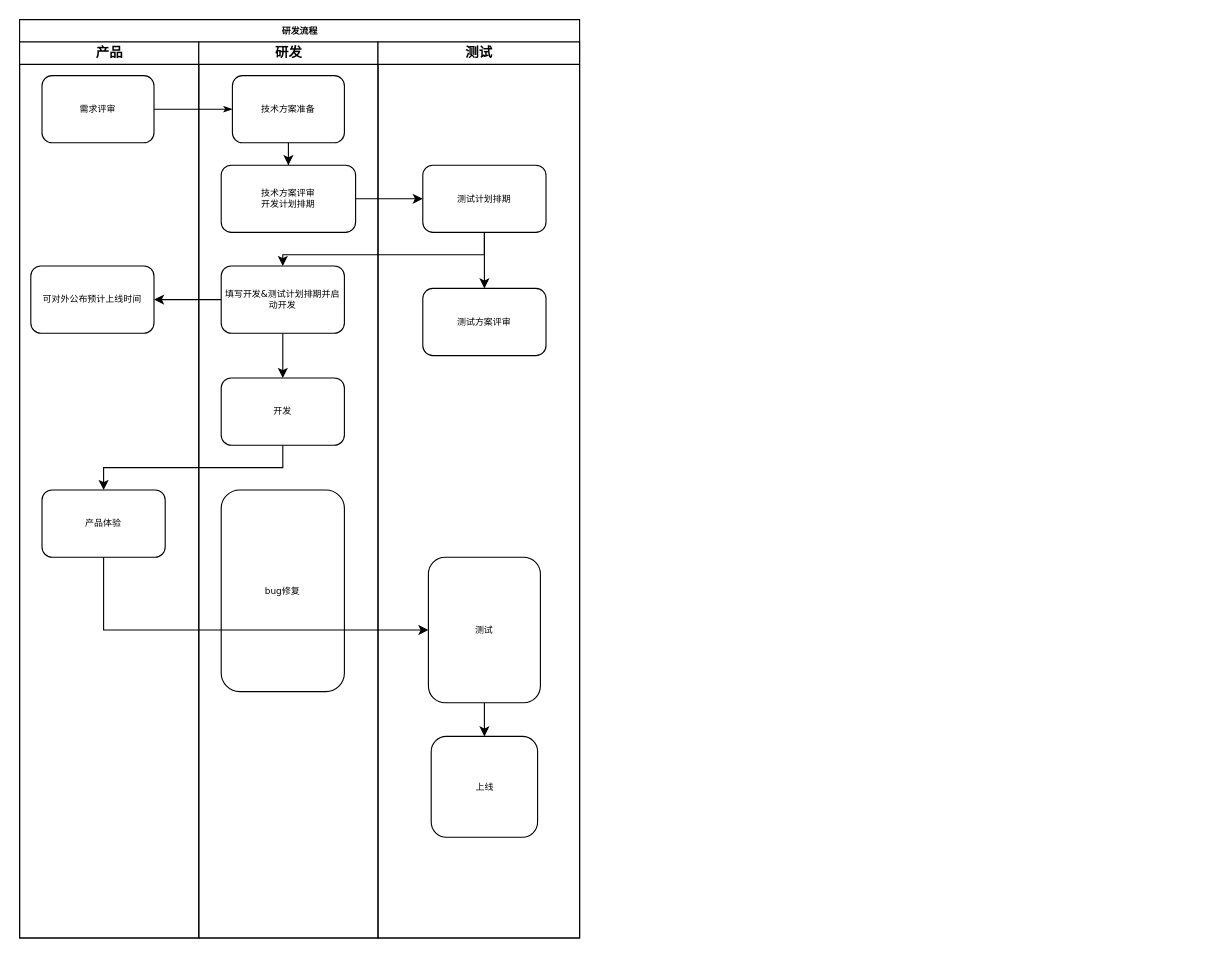
Before: 研发流程设计.drawio in a444878151/draw, a draw.io diagram. Source tidied: cells renumbered, new cells numbered last; positions are measured from the earlier drawing's top-left corner, leaving out a move shared by most shapes. Both pictures are drawn from the tidied source at 112%, with x=0, y=0 at pixel (19, 19).
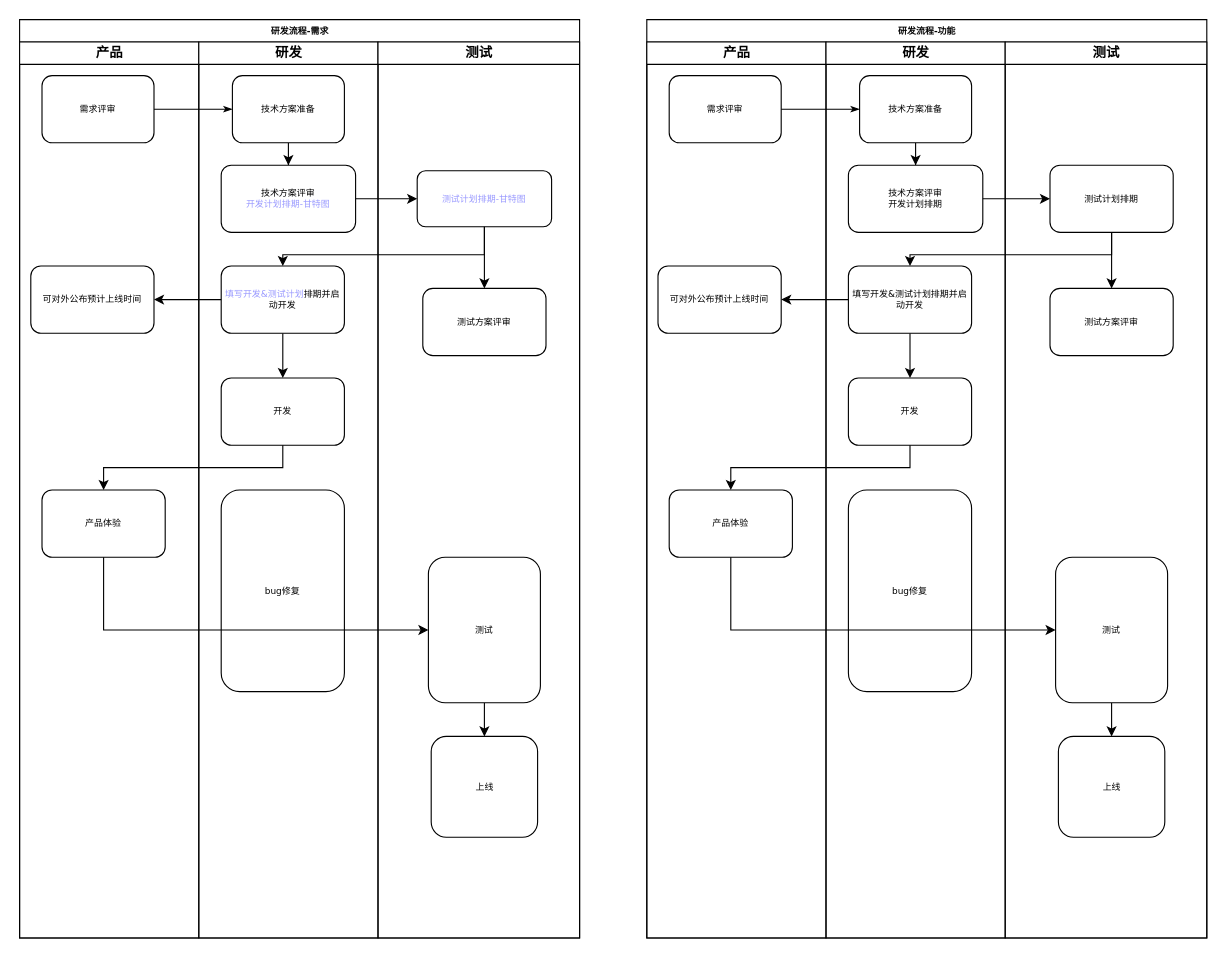
After the change.

Commit message (it also covers changes not shown here):
更新研发流程设计.drawio

Unchanged cells that the change refers to:
```xml
<mxCell id="8" value="研发" style="swimlane;html=1;startSize=20;" parent="2" vertex="1">
  <mxGeometry x="160" y="20" width="160" height="800" as="geometry" />
</mxCell>
<mxCell id="16" value="测试" style="swimlane;html=1;startSize=20;" parent="2" vertex="1">
  <mxGeometry x="320" y="20" width="180" height="800" as="geometry" />
</mxCell>
```

The edit, as a diff of the source:
```diff
@@
-    <mxCell id="2" value="研发流程" style="swimlane;html=1;startSize=20;rounded=0;shadow=0;labelBackgroundColor=none;strokeWidth=1;fontFamily=Verdana;fontSize=8;align=center;" parent="1" vertex="1">
+    <mxCell id="2" value="研发流程-需求" style="swimlane;html=1;startSize=20;rounded=0;shadow=0;labelBackgroundColor=none;strokeWidth=1;fontFamily=Verdana;fontSize=8;align=center;" parent="1" vertex="1">
       <mxGeometry width="500" height="820" as="geometry" />
     </mxCell>
@@
-    <mxCell id="11" value="技术方案评审&lt;br&gt;开发计划排期" style="rounded=1;whiteSpace=wrap;html=1;fontSize=8;fontFamily=Verdana;shadow=0;labelBackgroundColor=none;strokeWidth=1;" parent="8" vertex="1">
+    <mxCell id="11" value="技术方案评审&lt;br&gt;&lt;font color=&quot;#9999ff&quot;&gt;开发计划排期-甘特图&lt;/font&gt;" style="rounded=1;whiteSpace=wrap;html=1;fontSize=8;fontFamily=Verdana;shadow=0;labelBackgroundColor=none;strokeWidth=1;" parent="8" vertex="1">
       <mxGeometry x="20" y="110" width="120" height="60" as="geometry" />
     </mxCell>
@@
-    <mxCell id="13" value="填写开发&amp;amp;测试计划排期并启动开发" style="rounded=1;whiteSpace=wrap;html=1;fontSize=8;fontFamily=Verdana;shadow=0;labelBackgroundColor=none;strokeWidth=1;" parent="8" vertex="1">
+    <mxCell id="13" value="&lt;font color=&quot;#9999ff&quot;&gt;填写开发&amp;amp;测试计划&lt;/font&gt;排期并启动开发" style="rounded=1;whiteSpace=wrap;html=1;fontSize=8;fontFamily=Verdana;shadow=0;labelBackgroundColor=none;strokeWidth=1;" parent="8" vertex="1">
       <mxGeometry x="20" y="200" width="110" height="60" as="geometry" />
     </mxCell>
@@
-    <mxCell id="18" value="测试计划排期" style="rounded=1;whiteSpace=wrap;html=1;fontSize=8;fontFamily=Verdana;shadow=0;labelBackgroundColor=none;strokeWidth=1;" parent="16" vertex="1">
-      <mxGeometry x="40" y="110" width="110" height="60" as="geometry" />
+    <mxCell id="18" value="&lt;font color=&quot;#9999ff&quot;&gt;测试计划排期-甘特图&lt;/font&gt;" style="rounded=1;whiteSpace=wrap;html=1;fontSize=8;fontFamily=Verdana;shadow=0;labelBackgroundColor=none;strokeWidth=1;" parent="16" vertex="1">
+      <mxGeometry x="35" y="115" width="120" height="50" as="geometry" />
     </mxCell>
@@
+    <mxCell id="28" value="研发流程-功能" style="swimlane;html=1;startSize=20;rounded=0;shadow=0;labelBackgroundColor=none;strokeWidth=1;fontFamily=Verdana;fontSize=8;align=center;" parent="1" vertex="1">
+      <mxGeometry x="560" width="500" height="820" as="geometry" />
+    </mxCell>
+    <mxCell id="29" value="产品" style="swimlane;html=1;startSize=20;" parent="28" vertex="1">
+      <mxGeometry y="20" width="160" height="800" as="geometry" />
+    </mxCell>
+    <mxCell id="30" value="需求评审" style="rounded=1;whiteSpace=wrap;html=1;shadow=0;labelBackgroundColor=none;strokeWidth=1;fontFamily=Verdana;fontSize=8;align=center;" parent="29" vertex="1">
+      <mxGeometry x="20" y="30" width="100" height="60" as="geometry" />
+    </mxCell>
+    <mxCell id="31" value="可对外公布预计上线时间" style="rounded=1;whiteSpace=wrap;html=1;fontSize=8;fontFamily=Verdana;shadow=0;labelBackgroundColor=none;strokeWidth=1;" parent="29" vertex="1">
+      <mxGeometry x="10" y="200" width="110" height="60" as="geometry" />
+    </mxCell>
+    <mxCell id="32" value="产品体验" style="rounded=1;whiteSpace=wrap;html=1;fontSize=8;fontFamily=Verdana;shadow=0;labelBackgroundColor=none;strokeWidth=1;" parent="29" vertex="1">
+      <mxGeometry x="20" y="400" width="110" height="60" as="geometry" />
+    </mxCell>
+    <mxCell id="33" style="edgeStyle=orthogonalEdgeStyle;rounded=1;html=1;labelBackgroundColor=none;startArrow=none;startFill=0;startSize=5;endArrow=classicThin;endFill=1;endSize=5;jettySize=auto;strokeWidth=1;fontFamily=Verdana;fontSize=8;" parent="28" edge="1" source="30" target="36">
+      <mxGeometry relative="1" as="geometry" />
+    </mxCell>
+    <mxCell id="34" value="研发" style="swimlane;html=1;startSize=20;" parent="28" vertex="1">
+      <mxGeometry x="160" y="20" width="160" height="800" as="geometry" />
+    </mxCell>
+    <mxCell id="35" style="edgeStyle=orthogonalEdgeStyle;rounded=0;jettySize=auto;html=1;" parent="34" edge="1" source="36" target="37">
+      <mxGeometry relative="1" as="geometry" />
+    </mxCell>
+    <mxCell id="36" value="技术方案准备" style="rounded=1;whiteSpace=wrap;html=1;shadow=0;labelBackgroundColor=none;strokeWidth=1;fontFamily=Verdana;fontSize=8;align=center;" parent="34" vertex="1">
+      <mxGeometry x="30" y="30" width="100" height="60" as="geometry" />
+    </mxCell>
+    <mxCell id="37" value="技术方案评审&lt;br&gt;开发计划排期" style="rounded=1;whiteSpace=wrap;html=1;fontSize=8;fontFamily=Verdana;shadow=0;labelBackgroundColor=none;strokeWidth=1;" parent="34" vertex="1">
+      <mxGeometry x="20" y="110" width="120" height="60" as="geometry" />
+    </mxCell>
+    <mxCell id="38" style="edgeStyle=orthogonalEdgeStyle;rounded=0;jettySize=auto;html=1;" parent="34" edge="1" source="39" target="40">
+      <mxGeometry relative="1" as="geometry" />
+    </mxCell>
+    <mxCell id="39" value="填写开发&amp;amp;测试计划排期并启动开发" style="rounded=1;whiteSpace=wrap;html=1;fontSize=8;fontFamily=Verdana;shadow=0;labelBackgroundColor=none;strokeWidth=1;" parent="34" vertex="1">
+      <mxGeometry x="20" y="200" width="110" height="60" as="geometry" />
+    </mxCell>
+    <mxCell id="40" value="开发" style="rounded=1;whiteSpace=wrap;html=1;fontSize=8;fontFamily=Verdana;shadow=0;labelBackgroundColor=none;strokeWidth=1;" parent="34" vertex="1">
+      <mxGeometry x="20" y="300" width="110" height="60" as="geometry" />
+    </mxCell>
+    <mxCell id="41" value="bug修复" style="rounded=1;whiteSpace=wrap;html=1;fontSize=8;fontFamily=Verdana;shadow=0;labelBackgroundColor=none;strokeWidth=1;" parent="34" vertex="1">
+      <mxGeometry x="20" y="400" width="110" height="180" as="geometry" />
+    </mxCell>
+    <mxCell id="42" value="测试" style="swimlane;html=1;startSize=20;" parent="28" vertex="1">
+      <mxGeometry x="320" y="20" width="180" height="800" as="geometry" />
+    </mxCell>
+    <mxCell id="43" style="edgeStyle=orthogonalEdgeStyle;rounded=0;jettySize=auto;html=1;" parent="42" edge="1" source="44" target="45">
+      <mxGeometry relative="1" as="geometry" />
+    </mxCell>
+    <mxCell id="44" value="测试计划排期" style="rounded=1;whiteSpace=wrap;html=1;fontSize=8;fontFamily=Verdana;shadow=0;labelBackgroundColor=none;strokeWidth=1;" parent="42" vertex="1">
+      <mxGeometry x="40" y="110" width="110" height="60" as="geometry" />
+    </mxCell>
+    <mxCell id="45" value="测试方案评审" style="rounded=1;whiteSpace=wrap;html=1;fontSize=8;fontFamily=Verdana;shadow=0;labelBackgroundColor=none;strokeWidth=1;" parent="42" vertex="1">
+      <mxGeometry x="40" y="220" width="110" height="60" as="geometry" />
+    </mxCell>
+    <mxCell id="46" style="edgeStyle=orthogonalEdgeStyle;rounded=0;jettySize=auto;html=1;" parent="42" edge="1" source="47" target="48">
+      <mxGeometry relative="1" as="geometry" />
+    </mxCell>
+    <mxCell id="47" value="测试" style="rounded=1;whiteSpace=wrap;html=1;fontSize=8;fontFamily=Verdana;shadow=0;labelBackgroundColor=none;strokeWidth=1;" parent="42" vertex="1">
+      <mxGeometry x="45" y="460" width="100" height="130" as="geometry" />
+    </mxCell>
+    <mxCell id="48" value="上线" style="rounded=1;whiteSpace=wrap;html=1;fontSize=8;fontFamily=Verdana;shadow=0;labelBackgroundColor=none;strokeWidth=1;" parent="42" vertex="1">
+      <mxGeometry x="47.5" y="620" width="95" height="90" as="geometry" />
+    </mxCell>
+    <mxCell id="49" style="edgeStyle=orthogonalEdgeStyle;rounded=0;jettySize=auto;html=1;" parent="28" edge="1" source="37" target="44">
+      <mxGeometry relative="1" as="geometry" />
+    </mxCell>
+    <mxCell id="50" style="edgeStyle=orthogonalEdgeStyle;rounded=0;jettySize=auto;html=1;" parent="28" edge="1" source="44" target="39">
+      <mxGeometry relative="1" as="geometry">
+        <Array as="points">
+          <mxPoint x="415" y="210" />
+          <mxPoint x="235" y="210" />
+        </Array>
+      </mxGeometry>
+    </mxCell>
+    <mxCell id="51" style="edgeStyle=orthogonalEdgeStyle;rounded=0;jettySize=auto;html=1;" parent="28" edge="1" source="39" target="31">
+      <mxGeometry relative="1" as="geometry" />
+    </mxCell>
+    <mxCell id="52" style="edgeStyle=orthogonalEdgeStyle;rounded=0;jettySize=auto;html=1;exitX=0.5;exitY=1;exitDx=0;exitDy=0;" parent="28" edge="1" source="40" target="32">
+      <mxGeometry relative="1" as="geometry" />
+    </mxCell>
+    <mxCell id="53" style="edgeStyle=orthogonalEdgeStyle;rounded=0;jettySize=auto;html=1;exitX=0.5;exitY=1;exitDx=0;exitDy=0;" parent="28" edge="1" source="32" target="47">
+      <mxGeometry relative="1" as="geometry" />
+    </mxCell>
```
